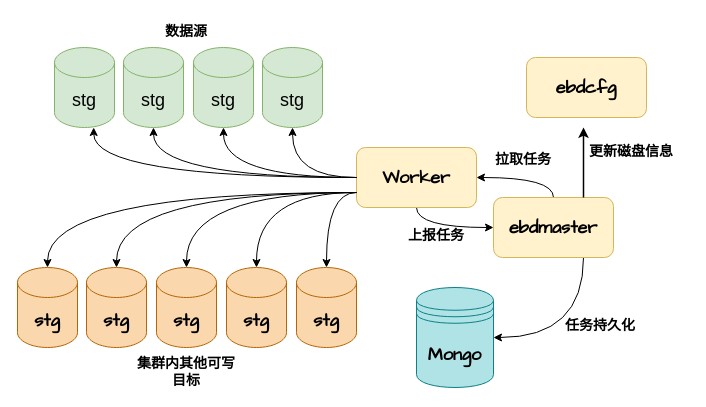
The draw.io diagram 未命名绘图.drawio in JasonHu520/examples, before the edit. Source tidied: cells renumbered, new cells numbered last; positions are measured from the earlier drawing's top-left corner, leaving out a move shared by most shapes. Both pictures are drawn from the tidied source at 100%, with x=0, y=0 at pixel (17, 17).
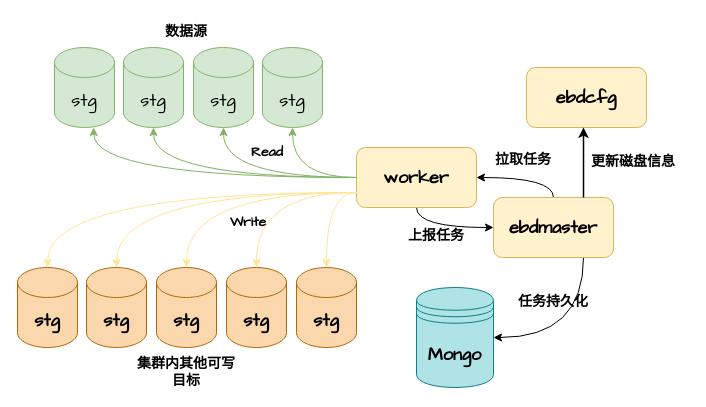
The same diagram, later.

Commit message:
更新未命名绘图.drawio

The change refers to these unchanged cells:
```xml
<mxCell id="24" value="&lt;font face=&quot;Comic Sans MS&quot; style=&quot;font-size: 18px;&quot;&gt;&lt;b&gt;stg&lt;/b&gt;&lt;/font&gt;" style="shape=cylinder3;whiteSpace=wrap;html=1;boundedLbl=1;backgroundOutline=1;size=15;fillColor=#fad7ac;strokeColor=#b46504;" parent="23" vertex="1">
  <mxGeometry x="69" width="60" height="80" as="geometry" />
</mxCell>
<mxCell id="25" value="&lt;font face=&quot;Comic Sans MS&quot; style=&quot;font-size: 18px;&quot;&gt;&lt;b&gt;stg&lt;/b&gt;&lt;/font&gt;" style="shape=cylinder3;whiteSpace=wrap;html=1;boundedLbl=1;backgroundOutline=1;size=15;fillColor=#fad7ac;strokeColor=#b46504;" parent="23" vertex="1">
  <mxGeometry x="209" width="60" height="80" as="geometry" />
</mxCell>
<mxCell id="26" value="&lt;font face=&quot;Comic Sans MS&quot; style=&quot;font-size: 18px;&quot;&gt;&lt;b&gt;stg&lt;/b&gt;&lt;/font&gt;" style="shape=cylinder3;whiteSpace=wrap;html=1;boundedLbl=1;backgroundOutline=1;size=15;fillColor=#fad7ac;strokeColor=#b46504;" parent="23" vertex="1">
  <mxGeometry x="139" width="60" height="80" as="geometry" />
</mxCell>
<mxCell id="27" value="&lt;font face=&quot;Comic Sans MS&quot; style=&quot;font-size: 18px;&quot;&gt;&lt;b&gt;stg&lt;/b&gt;&lt;/font&gt;" style="shape=cylinder3;whiteSpace=wrap;html=1;boundedLbl=1;backgroundOutline=1;size=15;fillColor=#fad7ac;strokeColor=#b46504;" parent="23" vertex="1">
  <mxGeometry x="279" width="60" height="80" as="geometry" />
</mxCell>
<mxCell id="28" value="&lt;font face=&quot;Comic Sans MS&quot; style=&quot;font-size: 18px;&quot;&gt;&lt;b&gt;stg&lt;/b&gt;&lt;/font&gt;" style="shape=cylinder3;whiteSpace=wrap;html=1;boundedLbl=1;backgroundOutline=1;size=15;fillColor=#fad7ac;strokeColor=#b46504;" parent="23" vertex="1">
  <mxGeometry width="60" height="80" as="geometry" />
</mxCell>
```

The edit, as a diff of the source:
```diff
@@
     <mxCell id="5" value="&lt;h3&gt;&lt;font face=&quot;Comic Sans MS&quot; style=&quot;font-size: 18px;&quot;&gt;ebdcfg&lt;/font&gt;&lt;/h3&gt;" style="rounded=1;whiteSpace=wrap;html=1;fillColor=#fff2cc;strokeColor=#d6b656;" parent="1" vertex="1">
-      <mxGeometry x="509" y="40" width="120" height="60" as="geometry" />
+      <mxGeometry x="509" y="50" width="120" height="60" as="geometry" />
     </mxCell>
-    <mxCell id="6" value="&lt;font style=&quot;font-size: 18px;&quot;&gt;stg&lt;/font&gt;" style="shape=cylinder3;whiteSpace=wrap;html=1;boundedLbl=1;backgroundOutline=1;size=15;fillColor=#d5e8d4;strokeColor=#82b366;" parent="1" vertex="1">
+    <mxCell id="6" value="&lt;font face=&quot;Comic Sans MS&quot; style=&quot;font-size: 18px;&quot;&gt;stg&lt;/font&gt;" style="shape=cylinder3;whiteSpace=wrap;html=1;boundedLbl=1;backgroundOutline=1;size=15;fillColor=#d5e8d4;strokeColor=#82b366;" parent="1" vertex="1">
       <mxGeometry x="106" y="30" width="60" height="80" as="geometry" />
     </mxCell>
@@
-    <mxCell id="8" style="edgeStyle=orthogonalEdgeStyle;rounded=0;jettySize=auto;html=1;exitX=0;exitY=0.75;exitDx=0;exitDy=0;curved=1;" parent="1" edge="1" source="9" target="27">
+    <mxCell id="8" style="edgeStyle=orthogonalEdgeStyle;rounded=0;jettySize=auto;html=1;exitX=0;exitY=0.75;exitDx=0;exitDy=0;curved=1;strokeColor=#FFE599;" parent="1" edge="1" source="9" target="27">
       <mxGeometry relative="1" as="geometry" />
     </mxCell>
-    <mxCell id="9" value="&lt;h3&gt;&lt;font face=&quot;Comic Sans MS&quot; style=&quot;font-size: 18px;&quot;&gt;Worker&lt;/font&gt;&lt;/h3&gt;" style="rounded=1;whiteSpace=wrap;html=1;fillColor=#fff2cc;strokeColor=#d6b656;" parent="1" vertex="1">
+    <mxCell id="9" value="&lt;h3&gt;&lt;font face=&quot;Comic Sans MS&quot; style=&quot;font-size: 18px;&quot;&gt;worker&lt;/font&gt;&lt;/h3&gt;" style="rounded=1;whiteSpace=wrap;html=1;fillColor=#fff2cc;strokeColor=#d6b656;" parent="1" vertex="1">
       <mxGeometry x="339" y="130" width="120" height="60" as="geometry" />
     </mxCell>
-    <mxCell id="10" value="&lt;font style=&quot;font-size: 18px;&quot;&gt;stg&lt;/font&gt;" style="shape=cylinder3;whiteSpace=wrap;html=1;boundedLbl=1;backgroundOutline=1;size=15;fillColor=#d5e8d4;strokeColor=#82b366;" parent="1" vertex="1">
+    <mxCell id="10" value="&lt;font face=&quot;Comic Sans MS&quot; style=&quot;font-size: 18px;&quot;&gt;stg&lt;/font&gt;" style="shape=cylinder3;whiteSpace=wrap;html=1;boundedLbl=1;backgroundOutline=1;size=15;fillColor=#d5e8d4;strokeColor=#82b366;" parent="1" vertex="1">
       <mxGeometry x="37" y="30" width="60" height="80" as="geometry" />
     </mxCell>
-    <mxCell id="11" value="&lt;font style=&quot;font-size: 18px;&quot;&gt;stg&lt;/font&gt;" style="shape=cylinder3;whiteSpace=wrap;html=1;boundedLbl=1;backgroundOutline=1;size=15;fillColor=#d5e8d4;strokeColor=#82b366;" parent="1" vertex="1">
+    <mxCell id="11" value="&lt;font face=&quot;Comic Sans MS&quot; style=&quot;font-size: 18px;&quot;&gt;stg&lt;/font&gt;" style="shape=cylinder3;whiteSpace=wrap;html=1;boundedLbl=1;backgroundOutline=1;size=15;fillColor=#d5e8d4;strokeColor=#82b366;" parent="1" vertex="1">
       <mxGeometry x="176" y="30" width="60" height="80" as="geometry" />
     </mxCell>
-    <mxCell id="12" value="&lt;font style=&quot;font-size: 18px;&quot;&gt;stg&lt;/font&gt;" style="shape=cylinder3;whiteSpace=wrap;html=1;boundedLbl=1;backgroundOutline=1;size=15;fillColor=#d5e8d4;strokeColor=#82b366;" parent="1" vertex="1">
+    <mxCell id="12" value="&lt;font face=&quot;Comic Sans MS&quot; style=&quot;font-size: 18px;&quot;&gt;stg&lt;/font&gt;" style="shape=cylinder3;whiteSpace=wrap;html=1;boundedLbl=1;backgroundOutline=1;size=15;fillColor=#d5e8d4;strokeColor=#82b366;" parent="1" vertex="1">
       <mxGeometry x="245" y="30" width="60" height="80" as="geometry" />
     </mxCell>
@@
     <mxCell id="14" value="&lt;font face=&quot;Comic Sans MS&quot; style=&quot;font-size: 14px;&quot;&gt;&lt;b&gt;更新磁盘信息&lt;/b&gt;&lt;/font&gt;" style="text;strokeColor=none;align=center;fillColor=none;html=1;verticalAlign=middle;whiteSpace=wrap;rounded=0;" parent="1" vertex="1">
-      <mxGeometry x="559" y="120" width="110" height="30" as="geometry" />
+      <mxGeometry x="561" y="130" width="110" height="30" as="geometry" />
     </mxCell>
-    <mxCell id="15" style="edgeStyle=orthogonalEdgeStyle;rounded=0;jettySize=auto;html=1;exitX=0;exitY=0.5;exitDx=0;exitDy=0;entryX=0.653;entryY=1.01;entryDx=0;entryDy=0;entryPerimeter=0;curved=1;" parent="1" edge="1" source="9" target="10">
+    <mxCell id="15" style="edgeStyle=orthogonalEdgeStyle;rounded=0;jettySize=auto;html=1;exitX=0;exitY=0.5;exitDx=0;exitDy=0;entryX=0.653;entryY=1.01;entryDx=0;entryDy=0;entryPerimeter=0;curved=1;fillColor=#d5e8d4;strokeColor=#82b366;" parent="1" edge="1" source="9" target="10">
       <mxGeometry relative="1" as="geometry" />
     </mxCell>
-    <mxCell id="16" style="edgeStyle=orthogonalEdgeStyle;rounded=0;jettySize=auto;html=1;exitX=0;exitY=0.5;exitDx=0;exitDy=0;entryX=0.5;entryY=1;entryDx=0;entryDy=0;entryPerimeter=0;curved=1;" parent="1" edge="1" source="9" target="6">
+    <mxCell id="16" style="edgeStyle=orthogonalEdgeStyle;rounded=0;jettySize=auto;html=1;exitX=0;exitY=0.5;exitDx=0;exitDy=0;entryX=0.5;entryY=1;entryDx=0;entryDy=0;entryPerimeter=0;curved=1;fillColor=#d5e8d4;strokeColor=#82b366;" parent="1" edge="1" source="9" target="6">
       <mxGeometry relative="1" as="geometry" />
     </mxCell>
-    <mxCell id="17" style="edgeStyle=orthogonalEdgeStyle;rounded=0;jettySize=auto;html=1;exitX=0;exitY=0.5;exitDx=0;exitDy=0;entryX=0.5;entryY=1;entryDx=0;entryDy=0;entryPerimeter=0;curved=1;" parent="1" edge="1" source="9" target="12">
+    <mxCell id="17" style="edgeStyle=orthogonalEdgeStyle;rounded=0;jettySize=auto;html=1;exitX=0;exitY=0.5;exitDx=0;exitDy=0;entryX=0.5;entryY=1;entryDx=0;entryDy=0;entryPerimeter=0;curved=1;fillColor=#d5e8d4;strokeColor=#82b366;" parent="1" edge="1" source="9" target="12">
       <mxGeometry relative="1" as="geometry" />
     </mxCell>
-    <mxCell id="18" style="edgeStyle=orthogonalEdgeStyle;rounded=0;jettySize=auto;html=1;exitX=0;exitY=0.5;exitDx=0;exitDy=0;entryX=0.5;entryY=1;entryDx=0;entryDy=0;entryPerimeter=0;curved=1;" parent="1" edge="1" source="9" target="11">
+    <mxCell id="18" style="edgeStyle=orthogonalEdgeStyle;rounded=0;jettySize=auto;html=1;exitX=0;exitY=0.5;exitDx=0;exitDy=0;entryX=0.5;entryY=1;entryDx=0;entryDy=0;entryPerimeter=0;curved=1;fillColor=#d5e8d4;strokeColor=#82b366;" parent="1" edge="1" source="9" target="11">
       <mxGeometry relative="1" as="geometry" />
     </mxCell>
@@
     <mxCell id="30" value="&lt;font face=&quot;Comic Sans MS&quot; style=&quot;font-size: 14px;&quot;&gt;&lt;b&gt;任务持久化&lt;/b&gt;&lt;/font&gt;" style="text;strokeColor=none;align=center;fillColor=none;html=1;verticalAlign=middle;whiteSpace=wrap;rounded=0;" parent="1" vertex="1">
-      <mxGeometry x="528" y="294" width="110" height="30" as="geometry" />
+      <mxGeometry x="481" y="270" width="110" height="30" as="geometry" />
     </mxCell>
-    <mxCell id="31" style="edgeStyle=orthogonalEdgeStyle;rounded=0;jettySize=auto;html=1;exitX=0;exitY=0.75;exitDx=0;exitDy=0;entryX=0.5;entryY=0;entryDx=0;entryDy=0;entryPerimeter=0;curved=1;" parent="1" edge="1" source="9" target="28">
+    <mxCell id="31" style="edgeStyle=orthogonalEdgeStyle;rounded=0;jettySize=auto;html=1;exitX=0;exitY=0.75;exitDx=0;exitDy=0;entryX=0.5;entryY=0;entryDx=0;entryDy=0;entryPerimeter=0;curved=1;strokeColor=#FFE599;" parent="1" edge="1" source="9" target="28">
       <mxGeometry relative="1" as="geometry" />
     </mxCell>
-    <mxCell id="32" style="edgeStyle=orthogonalEdgeStyle;rounded=0;jettySize=auto;html=1;exitX=0;exitY=0.75;exitDx=0;exitDy=0;entryX=0.5;entryY=0;entryDx=0;entryDy=0;entryPerimeter=0;curved=1;" parent="1" edge="1" source="9" target="24">
+    <mxCell id="32" style="edgeStyle=orthogonalEdgeStyle;rounded=0;jettySize=auto;html=1;exitX=0;exitY=0.75;exitDx=0;exitDy=0;entryX=0.5;entryY=0;entryDx=0;entryDy=0;entryPerimeter=0;curved=1;strokeColor=#FFE599;" parent="1" edge="1" source="9" target="24">
       <mxGeometry relative="1" as="geometry" />
     </mxCell>
-    <mxCell id="33" style="edgeStyle=orthogonalEdgeStyle;rounded=0;jettySize=auto;html=1;exitX=0;exitY=0.75;exitDx=0;exitDy=0;entryX=0.5;entryY=0;entryDx=0;entryDy=0;entryPerimeter=0;curved=1;" parent="1" edge="1" source="9" target="26">
+    <mxCell id="33" style="edgeStyle=orthogonalEdgeStyle;rounded=0;jettySize=auto;html=1;exitX=0;exitY=0.75;exitDx=0;exitDy=0;entryX=0.5;entryY=0;entryDx=0;entryDy=0;entryPerimeter=0;curved=1;strokeColor=#FFE599;" parent="1" edge="1" source="9" target="26">
       <mxGeometry relative="1" as="geometry" />
     </mxCell>
-    <mxCell id="34" style="edgeStyle=orthogonalEdgeStyle;rounded=0;jettySize=auto;html=1;exitX=0;exitY=0.75;exitDx=0;exitDy=0;entryX=0.5;entryY=0;entryDx=0;entryDy=0;entryPerimeter=0;curved=1;" parent="1" edge="1" source="9" target="25">
+    <mxCell id="34" style="edgeStyle=orthogonalEdgeStyle;rounded=0;jettySize=auto;html=1;exitX=0;exitY=0.75;exitDx=0;exitDy=0;entryX=0.5;entryY=0;entryDx=0;entryDy=0;entryPerimeter=0;curved=1;strokeColor=#FFE599;" parent="1" edge="1" source="9" target="25">
       <mxGeometry relative="1" as="geometry" />
     </mxCell>
+    <mxCell id="35" value="&lt;font face=&quot;Comic Sans MS&quot; style=&quot;font-size: 14px;&quot;&gt;&lt;b&gt;Read&lt;/b&gt;&lt;/font&gt;" style="text;strokeColor=none;align=center;fillColor=none;html=1;verticalAlign=middle;whiteSpace=wrap;rounded=0;" parent="1" vertex="1">
+      <mxGeometry x="195" y="120" width="110" height="30" as="geometry" />
+    </mxCell>
+    <mxCell id="36" value="&lt;font face=&quot;Comic Sans MS&quot; style=&quot;font-size: 14px;&quot;&gt;&lt;b&gt;Write&lt;/b&gt;&lt;/font&gt;" style="text;strokeColor=none;align=center;fillColor=none;html=1;verticalAlign=middle;whiteSpace=wrap;rounded=0;" parent="1" vertex="1">
+      <mxGeometry x="176" y="190" width="110" height="30" as="geometry" />
+    </mxCell>
```
